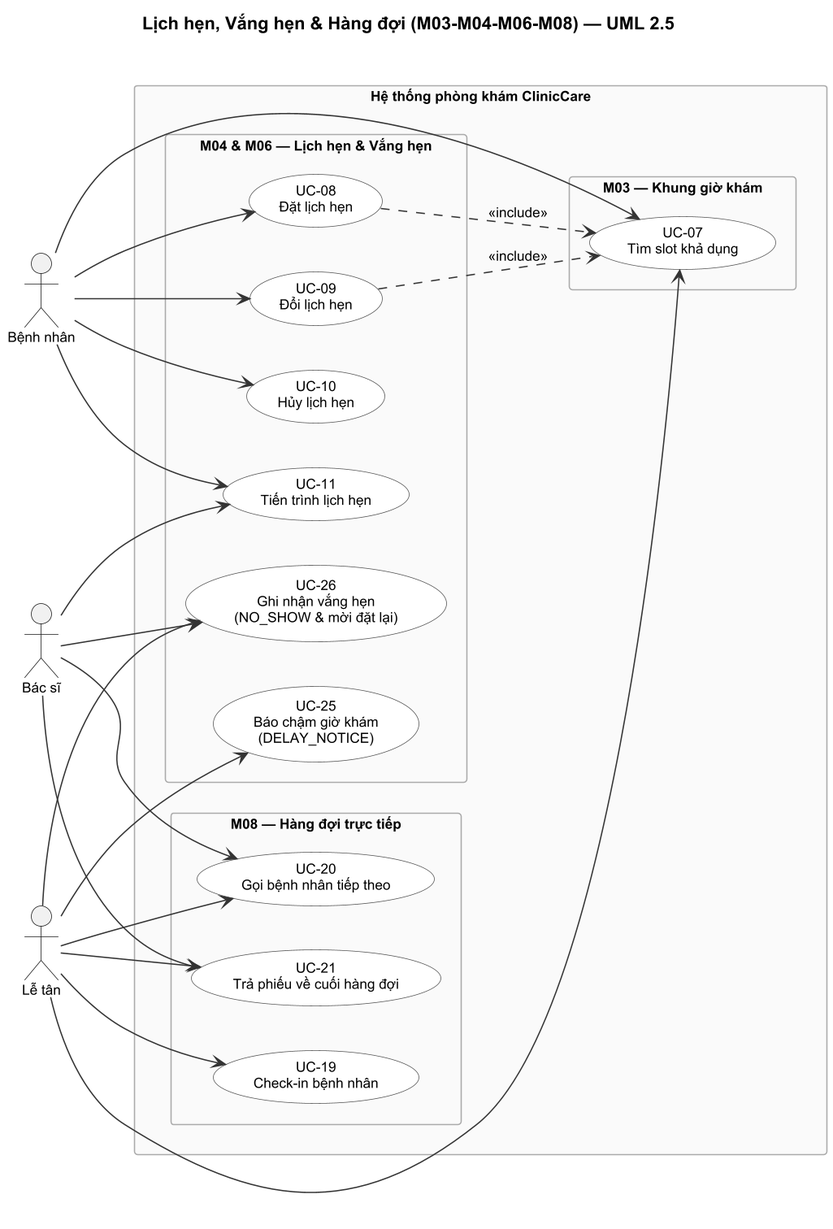
Above: docs/design/use-case/use-case-2.png in Samie32/SE-project (PlantUML), before the change.
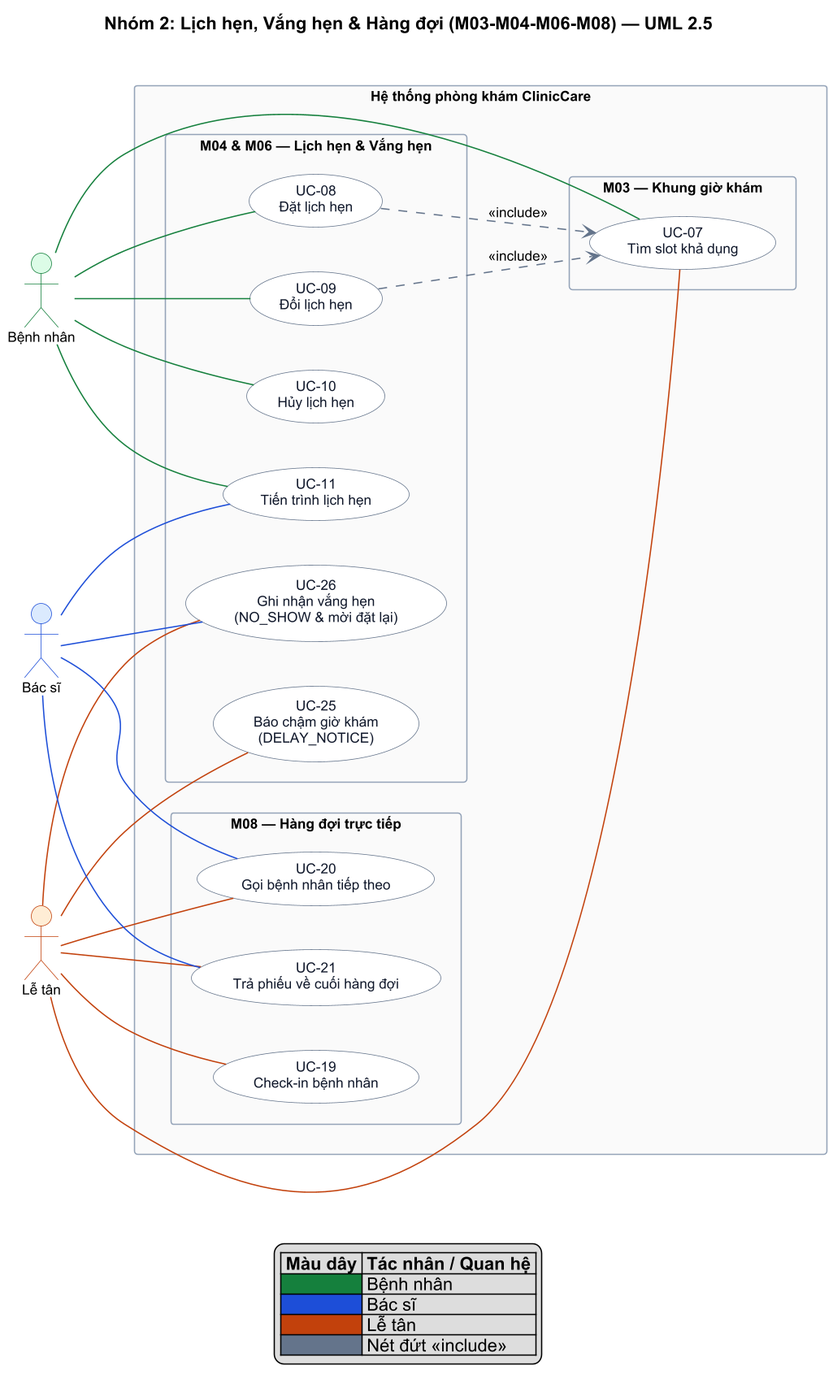
The same diagram one commit later.

Diff of the diagram source:
```diff
@@ -1,23 +1,23 @@
 @startuml use-case-2
 skinparam usecase {
   BackgroundColor White
-  BorderColor #555
-  ArrowColor #333
+  BorderColor #64748B
+  FontColor #0F172A
 }
 skinparam packageStyle rectangle
 skinparam packageBackgroundColor #FAFAFA
-skinparam packageBorderColor #AAAAAA
+skinparam packageBorderColor #94A3B8
 skinparam shadowing false
 skinparam defaultFontName Arial
 skinparam defaultFontSize 11
 skinparam dpi 150
-title Lịch hẹn, Vắng hẹn & Hàng đợi (M03-M04-M06-M08) — UML 2.5
+title Nhóm 2: Lịch hẹn, Vắng hẹn & Hàng đợi (M03-M04-M06-M08) — UML 2.5
 
 left to right direction
 
-actor "Bệnh nhân" as Patient
-actor "Bác sĩ" as Doctor
-actor "Lễ tân" as Receptionist
+actor "Bệnh nhân" as Patient #DCFCE7;line:15803D
+actor "Bác sĩ" as Doctor #DBEAFE;line:1D4ED8
+actor "Lễ tân" as Receptionist #FFEDD5;line:C2410C
 
 rectangle "Hệ thống phòng khám ClinicCare" {
 
@@ -41,24 +41,32 @@
   }
 }
 
-Patient --> UC07
-Patient --> UC08
-Patient --> UC09
-Patient --> UC10
-Patient --> UC11
+Patient -[#15803D]- UC07
+Patient -[#15803D]- UC08
+Patient -[#15803D]- UC09
+Patient -[#15803D]- UC10
+Patient -[#15803D]- UC11
 
-Receptionist --> UC07
-Receptionist --> UC19
-Receptionist --> UC20
-Receptionist --> UC21
-Receptionist --> UC25
-Receptionist --> UC26
+Receptionist -[#C2410C]- UC07
+Receptionist -[#C2410C]- UC19
+Receptionist -[#C2410C]- UC20
+Receptionist -[#C2410C]- UC21
+Receptionist -[#C2410C]- UC25
+Receptionist -[#C2410C]- UC26
 
-Doctor --> UC11
-Doctor --> UC20
-Doctor --> UC21
-Doctor --> UC26
+Doctor -[#1D4ED8]- UC11
+Doctor -[#1D4ED8]- UC20
+Doctor -[#1D4ED8]- UC21
+Doctor -[#1D4ED8]- UC26
 
-UC08 ..> UC07 : <<include>>
-UC09 ..> UC07 : <<include>>
+UC08 .[#64748B].> UC07 : <<include>>
+UC09 .[#64748B].> UC07 : <<include>>
+
+legend bottom
+  |= Màu dây |= Tác nhân / Quan hệ |
+  |<#15803D>   | Bệnh nhân |
+  |<#1D4ED8>   | Bác sĩ |
+  |<#C2410C>   | Lễ tân |
+  |<#64748B>   | Nét đứt <<include>> |
+endlegend
 @enduml
```
